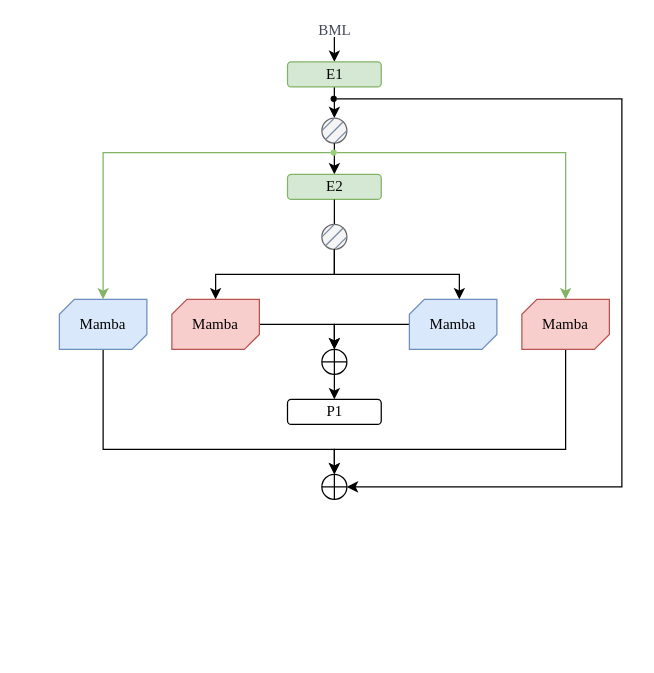
The draw.io diagram pics/TimeMachine.drawio in nanxi666/TimeMachine, before the edit. Source tidied: cells renumbered, new cells numbered last; positions are measured from the earlier drawing's top-left corner, leaving out a move shared by most shapes. Both pictures are drawn from the tidied source at 125%, with x=0, y=0 at pixel (59, 24).
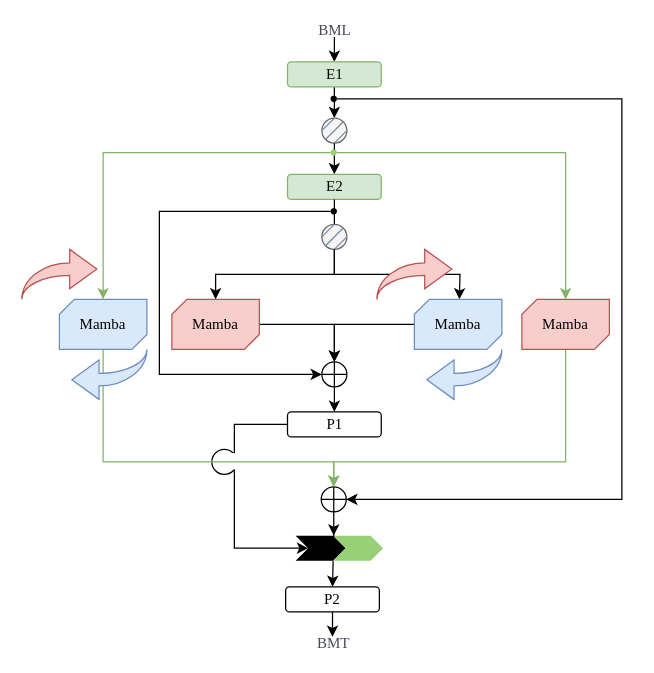
The same diagram, later.

Unchanged cells that the change refers to:
```xml
<mxCell id="14" style="ellipse;whiteSpace=wrap;html=1;strokeColor=#666666;fontColor=#333333;fillColor=#f5f5f5;" parent="12" vertex="1">
  <mxGeometry y="20" width="20" height="20" as="geometry" />
</mxCell>
<mxCell id="27" style="ellipse;whiteSpace=wrap;html=1;" parent="26" vertex="1">
  <mxGeometry width="20" height="20" as="geometry" />
</mxCell>
<mxCell id="31" style="ellipse;whiteSpace=wrap;html=1;" parent="30" vertex="1">
  <mxGeometry width="20" height="20" as="geometry" />
</mxCell>
<mxCell id="35" style="ellipse;whiteSpace=wrap;html=1;fillColor=#000000;strokeWidth=0;" parent="1" vertex="1">
  <mxGeometry x="217" y="57" width="5" height="5" as="geometry" />
</mxCell>
<mxCell id="36" style="ellipse;whiteSpace=wrap;html=1;strokeWidth=0;gradientColor=none;fillColor=#97D077;strokeColor=none;" parent="1" vertex="1">
  <mxGeometry x="217" y="100" width="5" height="5" as="geometry" />
</mxCell>
<mxCell id="38" value="Mamba" style="verticalLabelPosition=middle;verticalAlign=middle;html=1;shape=mxgraph.basic.diag_snip_rect;dx=6;whiteSpace=wrap;strokeColor=#b85450;fillColor=#f8cecc;fontFamily=Times New Roman;labelPosition=center;align=center;" parent="1" vertex="1">
  <mxGeometry x="370" y="220" width="70" height="40" as="geometry" />
</mxCell>
```

Diff of the diagram source:
```diff
@@
+    <mxCell id="43" style="edgeStyle=orthogonalEdgeStyle;rounded=0;jettySize=auto;html=1;fontColor=#46495D;" parent="1" edge="1" source="24" target="53">
+      <mxGeometry relative="1" as="geometry">
+        <Array as="points">
+          <mxPoint x="140" y="320" />
+        </Array>
+      </mxGeometry>
+    </mxCell>
@@
-    <mxCell id="20" style="edgeStyle=orthogonalEdgeStyle;rounded=0;jettySize=auto;html=1;entryX=0.5;entryY=0;entryDx=0;entryDy=0;fontColor=#46495D;exitX=0;exitY=0.5;exitDx=0;exitDy=0;exitPerimeter=0;" parent="1" edge="1" source="21" target="27">
+    <mxCell id="20" style="edgeStyle=orthogonalEdgeStyle;rounded=0;jettySize=auto;html=1;entryX=0.5;entryY=0;entryDx=0;entryDy=0;fontColor=#46495D;" parent="1" edge="1" source="21" target="27">
       <mxGeometry relative="1" as="geometry">
         <Array as="points">
           <mxPoint x="220" y="240" />
         </Array>
       </mxGeometry>
     </mxCell>
-    <mxCell id="21" value="Mamba" style="verticalLabelPosition=middle;verticalAlign=middle;html=1;shape=mxgraph.basic.diag_snip_rect;dx=6;whiteSpace=wrap;strokeColor=#6c8ebf;fillColor=#dae8fc;fontFamily=Times New Roman;labelPosition=center;align=center;" parent="1" vertex="1">
-      <mxGeometry x="280" y="220" width="70" height="40" as="geometry" />
-    </mxCell>
-    <mxCell id="22" style="edgeStyle=orthogonalEdgeStyle;rounded=0;jettySize=auto;html=1;fontColor=#46495D;exitX=0.5;exitY=1;exitDx=0;exitDy=0;entryX=0.571;entryY=0;entryDx=0;entryDy=0;entryPerimeter=0;" parent="1" edge="1" source="14" target="21">
-      <mxGeometry relative="1" as="geometry" />
+    <mxCell id="22" style="edgeStyle=orthogonalEdgeStyle;rounded=0;jettySize=auto;html=1;fontColor=#46495D;exitX=0.5;exitY=1;exitDx=0;exitDy=0;entryX=0.571;entryY=0;entryDx=0;entryDy=0;entryPerimeter=0;" parent="1" edge="1" source="14">
+      <mxGeometry relative="1" as="geometry">
+        <mxPoint x="320" y="220" as="targetPoint" />
+      </mxGeometry>
     </mxCell>
@@
     <mxCell id="24" value="&lt;font face=&quot;Times New Roman&quot;&gt;P1&lt;/font&gt;" style="rounded=1;whiteSpace=wrap;html=1;labelBackgroundColor=none;" parent="1" vertex="1">
-      <mxGeometry x="182.5" y="300" width="75" height="20" as="geometry" />
+      <mxGeometry x="182.5" y="310" width="75" height="20" as="geometry" />
     </mxCell>
@@
     <mxCell id="26" style="group;" parent="1" vertex="1">
-      <mxGeometry x="210" y="260" width="20" height="20" as="geometry" />
+      <mxGeometry x="210" y="270" width="20" height="20" as="geometry" />
     </mxCell>
@@
     <mxCell id="30" style="group;" parent="1" vertex="1">
-      <mxGeometry x="210" y="360" width="20" height="20" as="geometry" />
+      <mxGeometry x="209.5" y="370" width="20" height="20" as="geometry" />
     </mxCell>
@@
     <mxCell id="34" style="edgeStyle=orthogonalEdgeStyle;rounded=0;jettySize=auto;html=1;fontColor=#46495D;entryX=1;entryY=0.5;entryDx=0;entryDy=0;" parent="1" edge="1" source="35" target="31">
       <mxGeometry relative="1" as="geometry">
         <Array as="points">
-          <mxPoint x="450" y="60" />
-          <mxPoint x="450" y="370" />
+          <mxPoint x="450" y="59" />
+          <mxPoint x="450" y="380" />
         </Array>
       </mxGeometry>
     </mxCell>
@@
-    <mxCell id="37" style="edgeStyle=orthogonalEdgeStyle;rounded=0;jettySize=auto;html=1;entryX=0.5;entryY=0;entryDx=0;entryDy=0;fontColor=#46495D;exitX=0.5;exitY=1;exitDx=0;exitDy=0;exitPerimeter=0;" parent="1" edge="1" source="38" target="31">
+    <mxCell id="37" style="edgeStyle=orthogonalEdgeStyle;rounded=0;jettySize=auto;html=1;entryX=0.5;entryY=0;entryDx=0;entryDy=0;fontColor=#46495D;exitX=0.5;exitY=1;exitDx=0;exitDy=0;exitPerimeter=0;fillColor=#d5e8d4;strokeColor=#82b366;" parent="1" edge="1" source="38" target="31">
       <mxGeometry relative="1" as="geometry">
         <Array as="points">
-          <mxPoint x="405" y="340" />
-          <mxPoint x="220" y="340" />
+          <mxPoint x="405" y="350" />
+          <mxPoint x="220" y="350" />
         </Array>
       </mxGeometry>
     </mxCell>
@@
+    <mxCell id="44" style="edgeStyle=orthogonalEdgeStyle;rounded=0;jettySize=auto;html=1;fontColor=#46495D;entryX=0;entryY=0.5;entryDx=0;entryDy=0;" parent="1" edge="1" source="45" target="27">
+      <mxGeometry relative="1" as="geometry">
+        <Array as="points">
+          <mxPoint x="80" y="149" />
+          <mxPoint x="80" y="280" />
+        </Array>
+      </mxGeometry>
+    </mxCell>
+    <mxCell id="45" style="ellipse;whiteSpace=wrap;html=1;fillColor=#000000;strokeWidth=0;" parent="1" vertex="1">
+      <mxGeometry x="217" y="147" width="5" height="5" as="geometry" />
+    </mxCell>
+    <mxCell id="42" style="edgeStyle=orthogonalEdgeStyle;rounded=0;jettySize=auto;html=1;entryX=0.5;entryY=0;entryDx=0;entryDy=0;entryPerimeter=0;strokeColor=#82b366;fontColor=#46495D;fillColor=#d5e8d4;" parent="1" edge="1" source="36" target="41">
+      <mxGeometry relative="1" as="geometry" />
+    </mxCell>
+    <mxCell id="46" style="ellipse;whiteSpace=wrap;html=1;fillStyle=hatch;" parent="1" vertex="1">
+      <mxGeometry x="122" y="340" width="20" height="20" as="geometry" />
+    </mxCell>
+    <mxCell id="47" style="rounded=0;whiteSpace=wrap;html=1;strokeColor=none;fontColor=#46495D;fillColor=#FFFFFF;strokeWidth=0;" parent="1" vertex="1">
+      <mxGeometry x="136.5" y="343" width="7" height="13" as="geometry" />
+    </mxCell>
-    <mxCell id="40" style="edgeStyle=orthogonalEdgeStyle;rounded=0;jettySize=auto;html=1;fontColor=#46495D;exitX=0.5;exitY=1;exitDx=0;exitDy=0;exitPerimeter=0;entryX=0.5;entryY=0;entryDx=0;entryDy=0;" parent="1" edge="1" source="41" target="31">
+    <mxCell id="40" style="edgeStyle=orthogonalEdgeStyle;rounded=0;orthogonalLoop=1;jettySize=auto;html=1;fontColor=#46495D;exitX=0.5;exitY=1;exitDx=0;exitDy=0;exitPerimeter=0;entryX=0.5;entryY=0;entryDx=0;entryDy=0;fillColor=#d5e8d4;strokeColor=#82b366;" parent="1" edge="1">
       <mxGeometry relative="1" as="geometry">
+        <mxPoint x="35" y="260" as="sourcePoint" />
+        <mxPoint x="219.5" y="370" as="targetPoint" />
         <Array as="points">
-          <mxPoint x="35" y="340" />
-          <mxPoint x="220" y="340" />
+          <mxPoint x="35" y="350" />
+          <mxPoint x="220" y="350" />
         </Array>
       </mxGeometry>
     </mxCell>
+    <mxCell id="48" style="edgeStyle=orthogonalEdgeStyle;rounded=0;jettySize=auto;html=1;fontColor=#46495D;" parent="1" edge="1" source="49">
+      <mxGeometry relative="1" as="geometry">
+        <mxPoint x="218.5" y="490" as="targetPoint" />
+      </mxGeometry>
+    </mxCell>
+    <mxCell id="49" value="&lt;font face=&quot;Times New Roman&quot;&gt;P2&lt;/font&gt;" style="rounded=1;whiteSpace=wrap;html=1;labelBackgroundColor=none;" parent="1" vertex="1">
+      <mxGeometry x="181" y="450" width="75" height="20" as="geometry" />
+    </mxCell>
+    <mxCell id="50" style="edgeStyle=orthogonalEdgeStyle;rounded=0;jettySize=auto;html=1;exitX=0.75;exitY=1;exitDx=0;exitDy=0;entryX=0.5;entryY=0;entryDx=0;entryDy=0;fontColor=#46495D;" parent="1" edge="1" source="53" target="49">
+      <mxGeometry relative="1" as="geometry" />
+    </mxCell>
+    <mxCell id="51" style="group;" parent="1" vertex="1">
+      <mxGeometry x="189" y="409" width="70" height="20" as="geometry" />
+    </mxCell>
+    <mxCell id="52" style="group;" parent="51" vertex="1">
+      <mxGeometry width="69.5" height="20" as="geometry" />
+    </mxCell>
+    <mxCell id="53" style="shape=step;perimeter=stepPerimeter;whiteSpace=wrap;html=1;fixedSize=1;strokeColor=none;fontColor=#46495D;fillColor=#000000;size=10;" parent="52" vertex="1">
+      <mxGeometry width="40" height="20" as="geometry" />
+    </mxCell>
+    <mxCell id="54" style="shape=step;perimeter=stepPerimeter;whiteSpace=wrap;html=1;fixedSize=1;strokeColor=none;fontColor=#46495D;fillColor=#97D077;size=10;" parent="51" vertex="1">
+      <mxGeometry x="30" width="40" height="20" as="geometry" />
+    </mxCell>
+    <mxCell id="55" style="edgeStyle=orthogonalEdgeStyle;rounded=0;jettySize=auto;html=1;entryX=0.013;entryY=0;entryDx=0;entryDy=0;entryPerimeter=0;fontColor=#46495D;" parent="1" edge="1" source="31" target="54">
+      <mxGeometry relative="1" as="geometry" />
+    </mxCell>
+    <mxCell id="56" value="&lt;font&gt;BMT&lt;/font&gt;" style="text;html=1;align=center;verticalAlign=middle;strokeColor=none;fillColor=none;labelBackgroundColor=none;fontColor=#46495D;fontFamily=Times New Roman;spacing=-5;" parent="1" vertex="1">
+      <mxGeometry x="198.5" y="490" width="40" height="10" as="geometry" />
+    </mxCell>
+    <mxCell id="57" style="group;" parent="1" vertex="1">
+      <mxGeometry x="-30" y="180" width="100" height="120" as="geometry" />
+    </mxCell>
+    <mxCell id="58" style="html=1;shadow=0;dashed=0;align=center;verticalAlign=middle;shape=mxgraph.arrows2.jumpInArrow;dy=5.04;dx=21.75;arrowHead=31.58;strokeColor=#b85450;fillColor=#f8cecc;" parent="57" vertex="1">
+      <mxGeometry width="60" height="40" as="geometry" />
+    </mxCell>
-    <mxCell id="41" value="Mamba" style="verticalLabelPosition=middle;verticalAlign=middle;html=1;shape=mxgraph.basic.diag_snip_rect;dx=6;whiteSpace=wrap;strokeColor=#6c8ebf;fillColor=#dae8fc;fontFamily=Times New Roman;labelPosition=center;align=center;" parent="1" vertex="1">
-      <mxGeometry y="220" width="70" height="40" as="geometry" />
+    <mxCell id="41" value="Mamba" style="verticalLabelPosition=middle;verticalAlign=middle;html=1;shape=mxgraph.basic.diag_snip_rect;dx=6;whiteSpace=wrap;strokeColor=#6c8ebf;fillColor=#dae8fc;labelPosition=center;align=center;fontFamily=Times New Roman;" parent="57" vertex="1">
+      <mxGeometry x="30" y="40" width="70" height="40" as="geometry" />
     </mxCell>
-    <mxCell id="42" style="edgeStyle=orthogonalEdgeStyle;rounded=0;jettySize=auto;html=1;entryX=0.5;entryY=0;entryDx=0;entryDy=0;entryPerimeter=0;strokeColor=#82b366;fontColor=#46495D;fillColor=#d5e8d4;" parent="1" edge="1" source="36" target="41">
-      <mxGeometry relative="1" as="geometry" />
-    </mxCell>
+    <mxCell id="59" style="html=1;shadow=0;dashed=0;align=center;verticalAlign=middle;shape=mxgraph.arrows2.jumpInArrow;dy=5.04;dx=21.75;arrowHead=31.58;strokeColor=#6c8ebf;fillColor=#dae8fc;direction=west;" parent="57" vertex="1">
+      <mxGeometry x="40" y="80" width="60" height="40" as="geometry" />
+    </mxCell>
+    <mxCell id="60" style="group;" parent="1" vertex="1">
+      <mxGeometry x="254" y="180" width="100" height="120" as="geometry" />
+    </mxCell>
+    <mxCell id="61" style="html=1;shadow=0;dashed=0;align=center;verticalAlign=middle;shape=mxgraph.arrows2.jumpInArrow;dy=5.04;dx=21.75;arrowHead=31.58;strokeColor=#b85450;fillColor=#f8cecc;" parent="60" vertex="1">
+      <mxGeometry width="60" height="40" as="geometry" />
+    </mxCell>
+    <mxCell id="21" value="Mamba" style="verticalLabelPosition=middle;verticalAlign=middle;html=1;shape=mxgraph.basic.diag_snip_rect;dx=6;whiteSpace=wrap;strokeColor=#6c8ebf;fillColor=#dae8fc;labelPosition=center;align=center;fontFamily=Times New Roman;" parent="60" vertex="1">
+      <mxGeometry x="30" y="40" width="70" height="40" as="geometry" />
+    </mxCell>
+    <mxCell id="62" style="html=1;shadow=0;dashed=0;align=center;verticalAlign=middle;shape=mxgraph.arrows2.jumpInArrow;dy=5.04;dx=21.75;arrowHead=31.58;strokeColor=#6c8ebf;fillColor=#dae8fc;direction=west;" parent="60" vertex="1">
+      <mxGeometry x="40" y="80" width="60" height="40" as="geometry" />
+    </mxCell>
```
